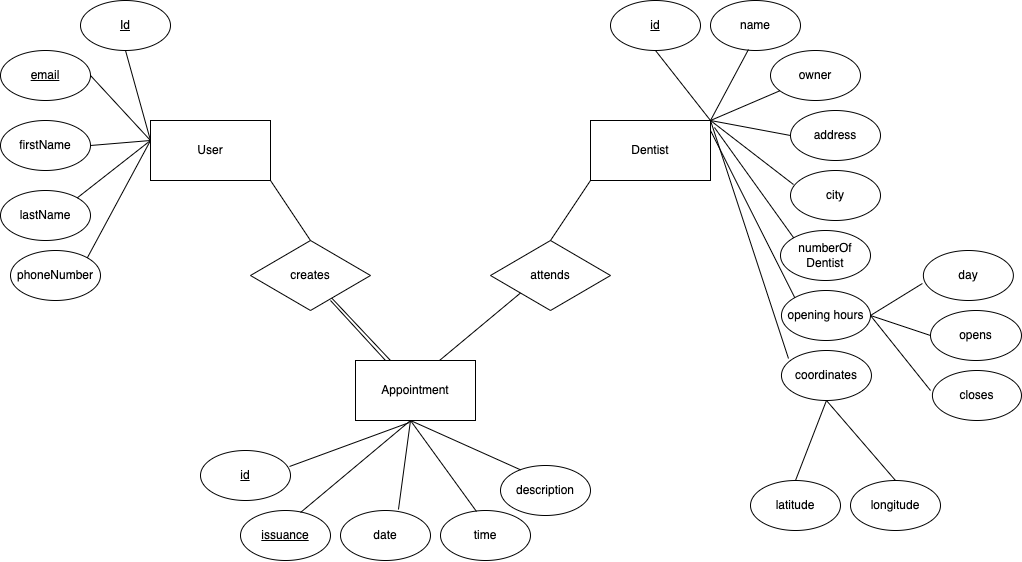
This is Diagrams/ER_Diagram.png from Akuien/Dentistimo-documentation, a draw.io export, as it was before one commit. Source tidied: cells renumbered, new cells last; positions are measured from the earlier drawing's top-left corner, leaving out a move shared by most shapes.
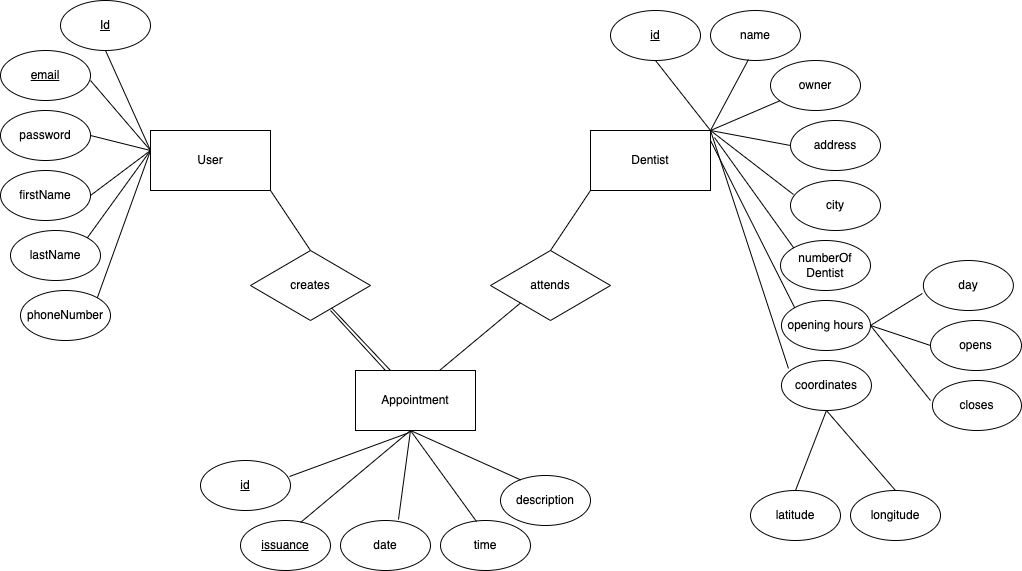
The same diagram one commit later.

What changed in the source:
```diff
@@ -42,16 +42,16 @@
       <mxGeometry x="250" y="240" width="120" height="70" as="geometry" />
     </mxCell>
     <mxCell id="15" value="firstName" style="ellipse;whiteSpace=wrap;html=1;" parent="1" vertex="1">
-      <mxGeometry y="120" width="90" height="50" as="geometry" />
+      <mxGeometry y="160" width="90" height="50" as="geometry" />
     </mxCell>
     <mxCell id="16" value="&lt;u&gt;Id&lt;/u&gt;" style="ellipse;whiteSpace=wrap;html=1;" parent="1" vertex="1">
-      <mxGeometry x="80" width="90" height="50" as="geometry" />
+      <mxGeometry x="60" y="-10" width="90" height="50" as="geometry" />
     </mxCell>
     <mxCell id="17" value="phoneNumber" style="ellipse;whiteSpace=wrap;html=1;" parent="1" vertex="1">
-      <mxGeometry x="10" y="250" width="90" height="50" as="geometry" />
+      <mxGeometry x="20" y="280" width="90" height="50" as="geometry" />
     </mxCell>
     <mxCell id="18" value="&lt;u&gt;email&lt;/u&gt;" style="ellipse;whiteSpace=wrap;html=1;" parent="1" vertex="1">
-      <mxGeometry y="50" width="90" height="50" as="geometry" />
+      <mxGeometry y="40" width="90" height="50" as="geometry" />
     </mxCell>
     <mxCell id="19" value="Appointment" style="rounded=0;whiteSpace=wrap;html=1;" parent="1" vertex="1">
       <mxGeometry x="355" y="360" width="120" height="60" as="geometry" />
@@ -90,7 +90,7 @@
       <mxGeometry x="790" y="110" width="90" height="50" as="geometry" />
     </mxCell>
     <mxCell id="30" value="lastName" style="ellipse;whiteSpace=wrap;html=1;" parent="1" vertex="1">
-      <mxGeometry y="190" width="90" height="50" as="geometry" />
+      <mxGeometry x="10" y="220" width="90" height="50" as="geometry" />
     </mxCell>
     <mxCell id="31" style="endArrow=none;html=1;rounded=0;exitX=1;exitY=0.5;exitDx=0;exitDy=0;" parent="1" edge="1" source="15">
       <mxGeometry relative="1" as="geometry">
@@ -107,8 +107,9 @@
         <mxPoint x="150" y="140" as="targetPoint" />
       </mxGeometry>
     </mxCell>
-    <mxCell id="34" style="endArrow=none;html=1;rounded=0;exitX=1;exitY=0.5;exitDx=0;exitDy=0;" parent="1" edge="1" source="18">
+    <mxCell id="34" style="endArrow=none;html=1;rounded=0;" parent="1" edge="1">
       <mxGeometry relative="1" as="geometry">
+        <mxPoint x="90" y="70" as="sourcePoint" />
         <mxPoint x="150" y="140" as="targetPoint" />
       </mxGeometry>
     </mxCell>
@@ -208,5 +209,13 @@
         <mxPoint x="390" y="360" as="sourcePoint" />
       </mxGeometry>
     </mxCell>
+    <mxCell id="58" value="password" style="ellipse;whiteSpace=wrap;html=1;" parent="1" vertex="1">
+      <mxGeometry y="100" width="90" height="50" as="geometry" />
+    </mxCell>
+    <mxCell id="59" style="endArrow=none;html=1;rounded=0;exitX=1;exitY=0.5;exitDx=0;exitDy=0;" parent="1" edge="1" source="58">
+      <mxGeometry relative="1" as="geometry">
+        <mxPoint x="150" y="140" as="targetPoint" />
+      </mxGeometry>
+    </mxCell>
   </root>
 </mxGraphModel>
```
